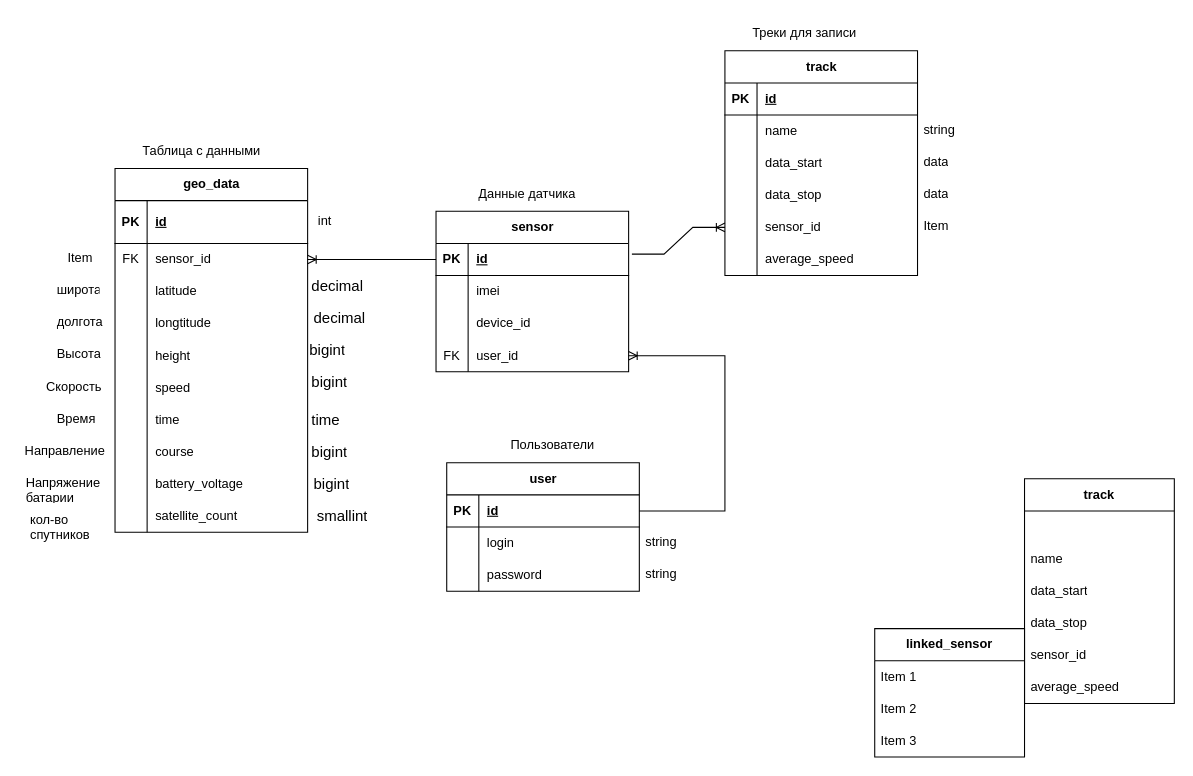
Above: dsadasd.drawio in emfermenty/university.cpp (draw.io), before the change. Source tidied: cells renumbered, new cells numbered last; positions are measured from the earlier drawing's top-left corner, leaving out a move shared by most shapes. Both pictures are drawn from the tidied source at 107%, with x=0, y=0 at pixel (18, 18).
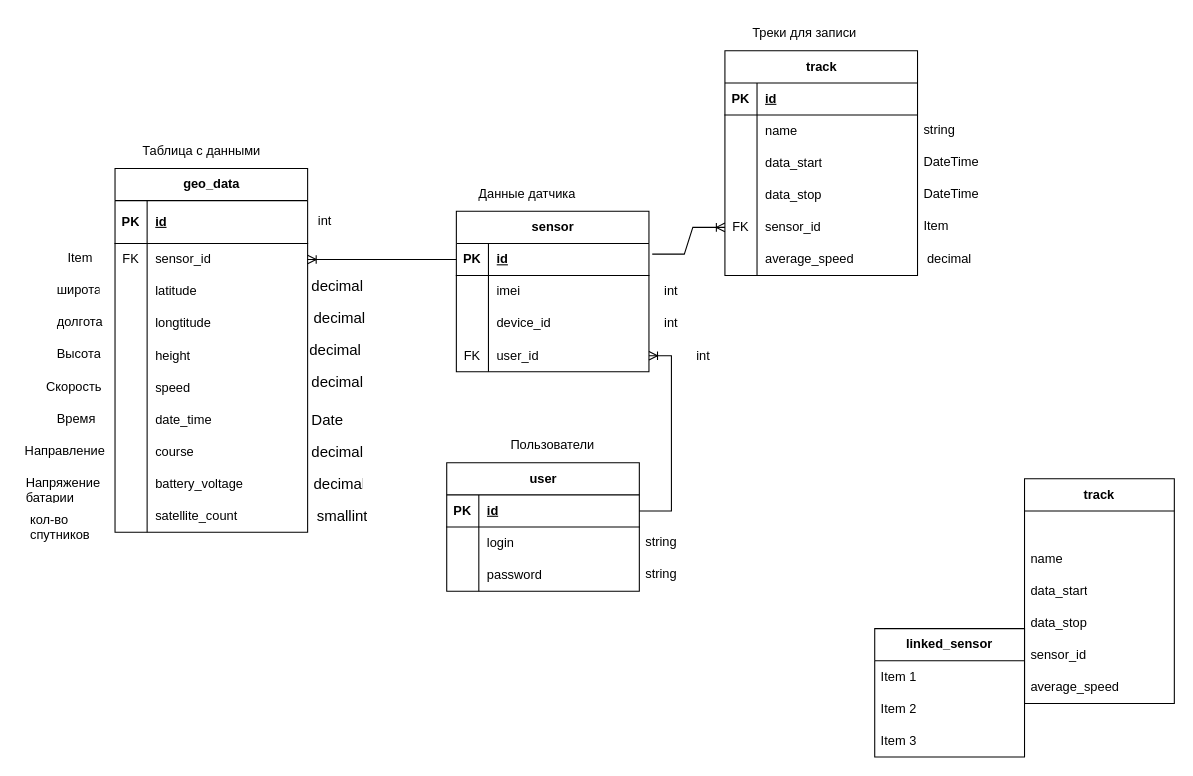
After the change.

The change refers to these unchanged cells:
```xml
<mxCell id="21" style="shape=tableRow;horizontal=0;startSize=0;swimlaneHead=0;swimlaneBody=0;fillColor=none;top=0;left=0;right=0;bottom=0;" parent="2" vertex="1">
  <mxGeometry y="220" width="180" height="30" as="geometry" />
</mxCell>
<mxCell id="43" style="shape=tableRow;horizontal=0;startSize=0;swimlaneHead=0;swimlaneBody=0;fillColor=none;points=[[0,0.5],[1,0.5]];portConstraint=eastwest;top=0;left=0;right=0;bottom=0;" parent="33" vertex="1">
  <mxGeometry y="120" width="180" height="30" as="geometry" />
</mxCell>
<mxCell id="47" style="shape=tableRow;horizontal=0;startSize=0;swimlaneHead=0;swimlaneBody=0;fillColor=none;points=[[0,0.5],[1,0.5]];portConstraint=eastwest;top=0;left=0;right=0;bottom=1;" parent="46" vertex="1">
  <mxGeometry y="30" width="180" height="30" as="geometry" />
</mxCell>
<mxCell id="88" style="shape=tableRow;horizontal=0;startSize=0;swimlaneHead=0;swimlaneBody=0;fillColor=none;points=[[0,0.5],[1,0.5]];portConstraint=eastwest;top=0;left=0;right=0;bottom=0;" parent="75" vertex="1">
  <mxGeometry y="150" width="180" height="30" as="geometry" />
</mxCell>
```

Diff of the diagram source:
```diff
@@
-    <mxCell id="23" value="time" style="shape=partialRectangle;fillColor=none;top=0;left=0;bottom=0;right=0;align=left;spacingLeft=6;overflow=hidden;whiteSpace=wrap;html=1;" parent="21" vertex="1">
+    <mxCell id="23" value="date_time" style="shape=partialRectangle;fillColor=none;top=0;left=0;bottom=0;right=0;align=left;spacingLeft=6;overflow=hidden;whiteSpace=wrap;html=1;" parent="21" vertex="1">
       <mxGeometry x="30" width="150" height="30" as="geometry" />
     </mxCell>
@@
     <mxCell id="33" value="sensor" style="shape=table;startSize=30;childLayout=tableLayout;rowLines=0;fontStyle=1;align=center;html=1;" parent="1" vertex="1">
-      <mxGeometry x="390" y="180" width="180" height="150" as="geometry" />
+      <mxGeometry x="409" y="180" width="180" height="150" as="geometry" />
     </mxCell>
@@
     <mxCell id="56" style="fontSize=12;html=1;endArrow=ERoneToMany;rounded=0;entryX=1;entryY=0.5;entryDx=0;entryDy=0;exitX=1;exitY=0.5;exitDx=0;exitDy=0;edgeStyle=elbowEdgeStyle;" parent="1" edge="1" source="47" target="43">
       <mxGeometry relative="1" as="geometry">
         <Array as="points">
+          <mxPoint x="610" y="370" />
           <mxPoint x="660" y="350" />
         </Array>
       </mxGeometry>
     </mxCell>
@@
-    <mxCell id="89" style="shape=partialRectangle;fillColor=none;top=0;left=0;bottom=0;right=0;overflow=hidden;whiteSpace=wrap;html=1;" parent="88" vertex="1">
+    <mxCell id="89" value="FK" style="shape=partialRectangle;fillColor=none;top=0;left=0;bottom=0;right=0;overflow=hidden;whiteSpace=wrap;html=1;" parent="88" vertex="1">
       <mxGeometry width="30" height="30" as="geometry" />
     </mxCell>
@@
-    <mxCell id="104" value="&lt;span style=&quot;font-family: Casper, sans-serif; font-size: 14px; text-align: -webkit-center; background-color: rgb(255, 255, 255);&quot;&gt;bigint&lt;/span&gt;" style="text;strokeColor=none;fillColor=none;spacingLeft=4;spacingRight=4;overflow=hidden;fontSize=12;whiteSpace=wrap;html=1;" parent="1" vertex="1">
+    <mxCell id="104" value="&lt;span style=&quot;font-family: Casper, sans-serif; font-size: 14px; text-align: -webkit-center; background-color: rgb(255, 255, 255);&quot;&gt;decimal&lt;/span&gt;" style="text;strokeColor=none;fillColor=none;spacingLeft=4;spacingRight=4;overflow=hidden;fontSize=12;whiteSpace=wrap;html=1;" parent="1" vertex="1">
       <mxGeometry x="266.2" y="295" width="70" height="30" as="geometry" />
     </mxCell>
-    <mxCell id="105" value="&lt;span style=&quot;font-family: Casper, sans-serif; font-size: 14px; text-align: -webkit-center; background-color: rgb(255, 255, 255);&quot;&gt;bigint&lt;/span&gt;" style="text;strokeColor=none;fillColor=none;spacingLeft=4;spacingRight=4;overflow=hidden;fontSize=12;whiteSpace=wrap;html=1;" parent="1" vertex="1">
+    <mxCell id="105" value="&lt;span style=&quot;font-family: Casper, sans-serif; font-size: 14px; text-align: -webkit-center; background-color: rgb(255, 255, 255);&quot;&gt;decimal&lt;/span&gt;" style="text;strokeColor=none;fillColor=none;spacingLeft=4;spacingRight=4;overflow=hidden;fontSize=12;whiteSpace=wrap;html=1;" parent="1" vertex="1">
       <mxGeometry x="268" y="325" width="72" height="30" as="geometry" />
     </mxCell>
-    <mxCell id="106" value="&lt;span style=&quot;font-family: Casper, sans-serif; font-size: 14px; text-align: -webkit-center; background-color: rgb(255, 255, 255);&quot;&gt;time&lt;/span&gt;" style="text;strokeColor=none;fillColor=none;spacingLeft=4;spacingRight=4;overflow=hidden;fontSize=12;whiteSpace=wrap;html=1;" parent="1" vertex="1">
-      <mxGeometry x="268" y="360" width="62" height="30" as="geometry" />
+    <mxCell id="106" value="&lt;span style=&quot;font-family: Casper, sans-serif; font-size: 14px; text-align: -webkit-center; background-color: rgb(255, 255, 255);&quot;&gt;Date&lt;/span&gt;" style="text;strokeColor=none;fillColor=none;spacingLeft=4;spacingRight=4;overflow=hidden;fontSize=12;whiteSpace=wrap;html=1;" parent="1" vertex="1">
+      <mxGeometry x="268" y="360" width="72" height="30" as="geometry" />
     </mxCell>
-    <mxCell id="107" value="&lt;div style=&quot;text-align: -webkit-center;&quot;&gt;&lt;span style=&quot;font-family: Casper, sans-serif; font-size: 14px; background-color: rgb(255, 255, 255);&quot;&gt;bigint&lt;/span&gt;&lt;br&gt;&lt;/div&gt;" style="text;strokeColor=none;fillColor=none;spacingLeft=4;spacingRight=4;overflow=hidden;fontSize=12;whiteSpace=wrap;html=1;" parent="1" vertex="1">
+    <mxCell id="107" value="&lt;div style=&quot;text-align: -webkit-center;&quot;&gt;&lt;span style=&quot;font-family: Casper, sans-serif; font-size: 14px; background-color: rgb(255, 255, 255);&quot;&gt;decimal&lt;/span&gt;&lt;br&gt;&lt;/div&gt;" style="text;strokeColor=none;fillColor=none;spacingLeft=4;spacingRight=4;overflow=hidden;fontSize=12;whiteSpace=wrap;html=1;" parent="1" vertex="1">
       <mxGeometry x="268" y="390" width="62" height="30" as="geometry" />
     </mxCell>
-    <mxCell id="108" value="&lt;span style=&quot;font-family: Casper, sans-serif; font-size: 14px; text-align: -webkit-center; background-color: rgb(255, 255, 255);&quot;&gt;bigint&lt;/span&gt;" style="text;strokeColor=none;fillColor=none;spacingLeft=4;spacingRight=4;overflow=hidden;fontSize=12;whiteSpace=wrap;html=1;" parent="1" vertex="1">
+    <mxCell id="108" value="&lt;span style=&quot;font-family: Casper, sans-serif; font-size: 14px; text-align: -webkit-center; background-color: rgb(255, 255, 255);&quot;&gt;decimal&lt;/span&gt;" style="text;strokeColor=none;fillColor=none;spacingLeft=4;spacingRight=4;overflow=hidden;fontSize=12;whiteSpace=wrap;html=1;" parent="1" vertex="1">
       <mxGeometry x="270" y="420" width="56" height="30" as="geometry" />
     </mxCell>
@@
-    <mxCell id="114" value="data" style="text;strokeColor=none;fillColor=none;spacingLeft=4;spacingRight=4;overflow=hidden;fontSize=12;whiteSpace=wrap;html=1;" parent="1" vertex="1">
-      <mxGeometry x="840" y="120" width="40" height="30" as="geometry" />
+    <mxCell id="114" value="DateTime" style="text;strokeColor=none;fillColor=none;spacingLeft=4;spacingRight=4;overflow=hidden;fontSize=12;whiteSpace=wrap;html=1;" parent="1" vertex="1">
+      <mxGeometry x="840" y="120" width="70" height="30" as="geometry" />
     </mxCell>
-    <mxCell id="115" value="data" style="text;strokeColor=none;fillColor=none;spacingLeft=4;spacingRight=4;overflow=hidden;fontSize=12;whiteSpace=wrap;html=1;" parent="1" vertex="1">
-      <mxGeometry x="840" y="150" width="40" height="30" as="geometry" />
+    <mxCell id="115" value="DateTime" style="text;strokeColor=none;fillColor=none;spacingLeft=4;spacingRight=4;overflow=hidden;fontSize=12;whiteSpace=wrap;html=1;" parent="1" vertex="1">
+      <mxGeometry x="840" y="150" width="80" height="30" as="geometry" />
     </mxCell>
@@
+    <mxCell id="117" value="int" style="text;html=1;align=center;verticalAlign=middle;whiteSpace=wrap;rounded=0;" parent="1" vertex="1">
+      <mxGeometry x="610" y="300" width="60" height="30" as="geometry" />
+    </mxCell>
+    <mxCell id="118" value="int" style="text;html=1;align=center;verticalAlign=middle;whiteSpace=wrap;rounded=0;" parent="1" vertex="1">
+      <mxGeometry x="580" y="270" width="60" height="30" as="geometry" />
+    </mxCell>
+    <mxCell id="119" value="int" style="text;html=1;align=center;verticalAlign=middle;whiteSpace=wrap;rounded=0;" parent="1" vertex="1">
+      <mxGeometry x="580" y="240" width="60" height="30" as="geometry" />
+    </mxCell>
+    <mxCell id="120" value="decimal" style="text;html=1;align=center;verticalAlign=middle;whiteSpace=wrap;rounded=0;" parent="1" vertex="1">
+      <mxGeometry x="840" y="210" width="60" height="30" as="geometry" />
+    </mxCell>
```
